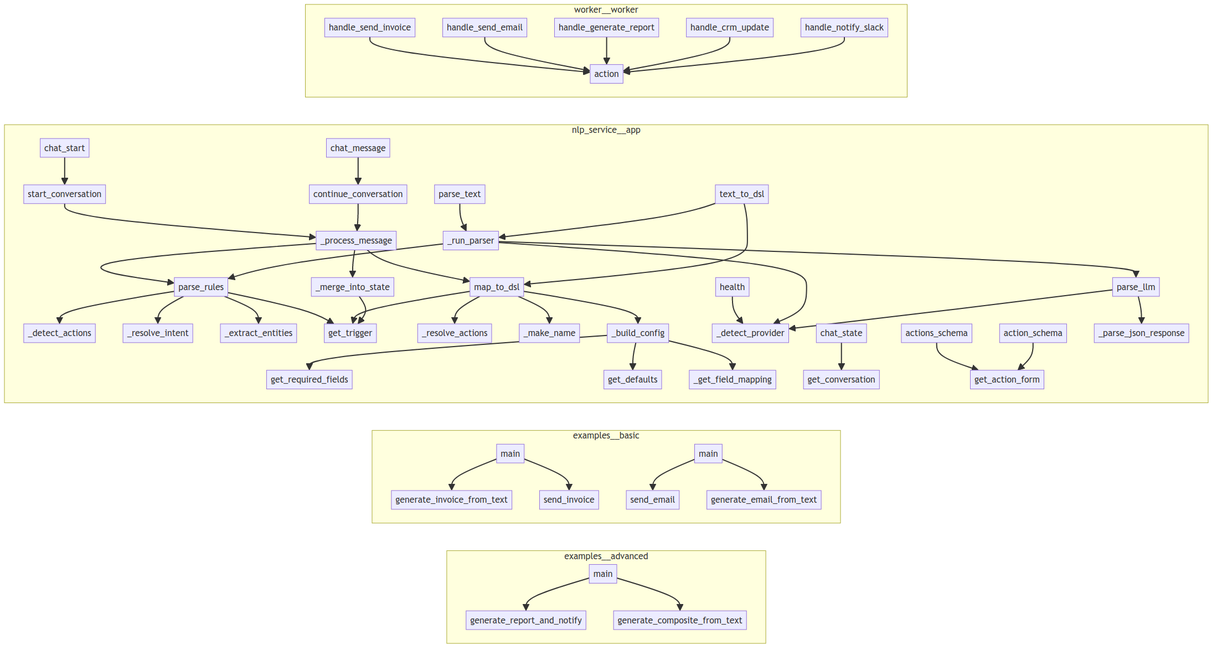
The Mermaid diagram project/calls.png in wronai/nlp2dsl, before a commit. Its source is kept beside it as project/calls.mmd. Its diagram source:
```mermaid
flowchart LR
    subgraph examples__advanced
        examples__advanced__report_and_notify__main__main["main"]
        examples__advanced__report_and_notify__main__generate_report_and_notify["generate_report_and_notify"]
        examples__advanced__report_and_notify__main__generate_composite_from_text["generate_composite_from_text"]
    end
    subgraph examples__basic
        examples__basic__invoice__main__main["main"]
        examples__basic__email__main__main["main"]
        examples__basic__email__main__send_email["send_email"]
        examples__basic__invoice__main__send_invoice["send_invoice"]
        examples__basic__invoice__main__generate_invoice_from_text["generate_invoice_from_text"]
        examples__basic__email__main__generate_email_from_text["generate_email_from_text"]
    end
    subgraph nlp_service__app
        nlp_service__app__orchestrator___process_message["_process_message"]
        nlp_service__app__main__actions_schema["actions_schema"]
        nlp_service__app__mapper___resolve_actions["_resolve_actions"]
        nlp_service__app__main__parse_text["parse_text"]
        nlp_service__app__orchestrator__get_conversation["get_conversation"]
        nlp_service__app__main__chat_start["chat_start"]
        nlp_service__app__mapper___get_field_mapping["_get_field_mapping"]
        nlp_service__app__parser_llm__parse_llm["parse_llm"]
        nlp_service__app__parser_llm___detect_provider["_detect_provider"]
        nlp_service__app__parser_rules__parse_rules["parse_rules"]
        nlp_service__app__registry__get_trigger["get_trigger"]
        nlp_service__app__mapper___build_config["_build_config"]
        nlp_service__app__main___run_parser["_run_parser"]
        nlp_service__app__parser_rules___resolve_intent["_resolve_intent"]
        nlp_service__app__orchestrator__continue_conversation["continue_conversation"]
        nlp_service__app__registry__get_required_fields["get_required_fields"]
        nlp_service__app__main__chat_state["chat_state"]
        nlp_service__app__mapper__map_to_dsl["map_to_dsl"]
        nlp_service__app__orchestrator__get_action_form["get_action_form"]
        nlp_service__app__main__text_to_dsl["text_to_dsl"]
        nlp_service__app__parser_llm___parse_json_response["_parse_json_response"]
        nlp_service__app__main__chat_message["chat_message"]
        nlp_service__app__parser_rules___detect_actions["_detect_actions"]
        nlp_service__app__parser_rules___extract_entities["_extract_entities"]
        nlp_service__app__registry__get_defaults["get_defaults"]
        nlp_service__app__main__action_schema["action_schema"]
        nlp_service__app__mapper___make_name["_make_name"]
        nlp_service__app__orchestrator__start_conversation["start_conversation"]
        nlp_service__app__orchestrator___merge_into_state["_merge_into_state"]
        nlp_service__app__main__health["health"]
    end
    subgraph worker__worker
        worker__worker__handle_send_email["handle_send_email"]
        worker__worker__handle_crm_update["handle_crm_update"]
        worker__worker__handle_notify_slack["handle_notify_slack"]
        worker__worker__action["action"]
        worker__worker__handle_send_invoice["handle_send_invoice"]
        worker__worker__handle_generate_report["handle_generate_report"]
    end
    examples__advanced__report_and_notify__main__main --> examples__advanced__report_and_notify__main__generate_report_and_notify
    examples__advanced__report_and_notify__main__main --> examples__advanced__report_and_notify__main__generate_composite_from_text
    examples__basic__invoice__main__main --> examples__basic__invoice__main__generate_invoice_from_text
    examples__basic__invoice__main__main --> examples__basic__invoice__main__send_invoice
    examples__basic__email__main__main --> examples__basic__email__main__send_email
    examples__basic__email__main__main --> examples__basic__email__main__generate_email_from_text
    nlp_service__app__parser_rules__parse_rules --> nlp_service__app__parser_rules___detect_actions
    nlp_service__app__parser_rules__parse_rules --> nlp_service__app__parser_rules___resolve_intent
    nlp_service__app__parser_rules__parse_rules --> nlp_service__app__parser_rules___extract_entities
    nlp_service__app__parser_rules__parse_rules --> nlp_service__app__registry__get_trigger
    nlp_service__app__mapper__map_to_dsl --> nlp_service__app__mapper___resolve_actions
    nlp_service__app__mapper__map_to_dsl --> nlp_service__app__mapper___make_name
    nlp_service__app__mapper__map_to_dsl --> nlp_service__app__mapper___build_config
    nlp_service__app__mapper__map_to_dsl --> nlp_service__app__registry__get_trigger
    nlp_service__app__mapper___build_config --> nlp_service__app__registry__get_required_fields
    nlp_service__app__mapper___build_config --> nlp_service__app__registry__get_defaults
    nlp_service__app__mapper___build_config --> nlp_service__app__mapper___get_field_mapping
    nlp_service__app__orchestrator__start_conversation --> nlp_service__app__orchestrator___process_message
    nlp_service__app__orchestrator__continue_conversation --> nlp_service__app__orchestrator___process_message
    nlp_service__app__orchestrator___process_message --> nlp_service__app__parser_rules__parse_rules
    nlp_service__app__orchestrator___process_message --> nlp_service__app__orchestrator___merge_into_state
    nlp_service__app__orchestrator___process_message --> nlp_service__app__mapper__map_to_dsl
    nlp_service__app__orchestrator___merge_into_state --> nlp_service__app__registry__get_trigger
    nlp_service__app__main__parse_text --> nlp_service__app__main___run_parser
    nlp_service__app__main__text_to_dsl --> nlp_service__app__mapper__map_to_dsl
    nlp_service__app__main__text_to_dsl --> nlp_service__app__main___run_parser
    nlp_service__app__main__health --> nlp_service__app__parser_llm___detect_provider
    nlp_service__app__main__chat_start --> nlp_service__app__orchestrator__start_conversation
    nlp_service__app__main__chat_message --> nlp_service__app__orchestrator__continue_conversation
    nlp_service__app__main__chat_state --> nlp_service__app__orchestrator__get_conversation
    nlp_service__app__main__actions_schema --> nlp_service__app__orchestrator__get_action_form
    nlp_service__app__main__action_schema --> nlp_service__app__orchestrator__get_action_form
    nlp_service__app__main___run_parser --> nlp_service__app__parser_rules__parse_rules
    nlp_service__app__main___run_parser --> nlp_service__app__parser_llm___detect_provider
    nlp_service__app__main___run_parser --> nlp_service__app__parser_llm__parse_llm
    worker__worker__handle_send_invoice --> worker__worker__action
    worker__worker__handle_send_email --> worker__worker__action
    worker__worker__handle_generate_report --> worker__worker__action
    worker__worker__handle_crm_update --> worker__worker__action
    worker__worker__handle_notify_slack --> worker__worker__action
    nlp_service__app__parser_llm__parse_llm --> nlp_service__app__parser_llm___detect_provider
    nlp_service__app__parser_llm__parse_llm --> nlp_service__app__parser_llm___parse_json_response
```
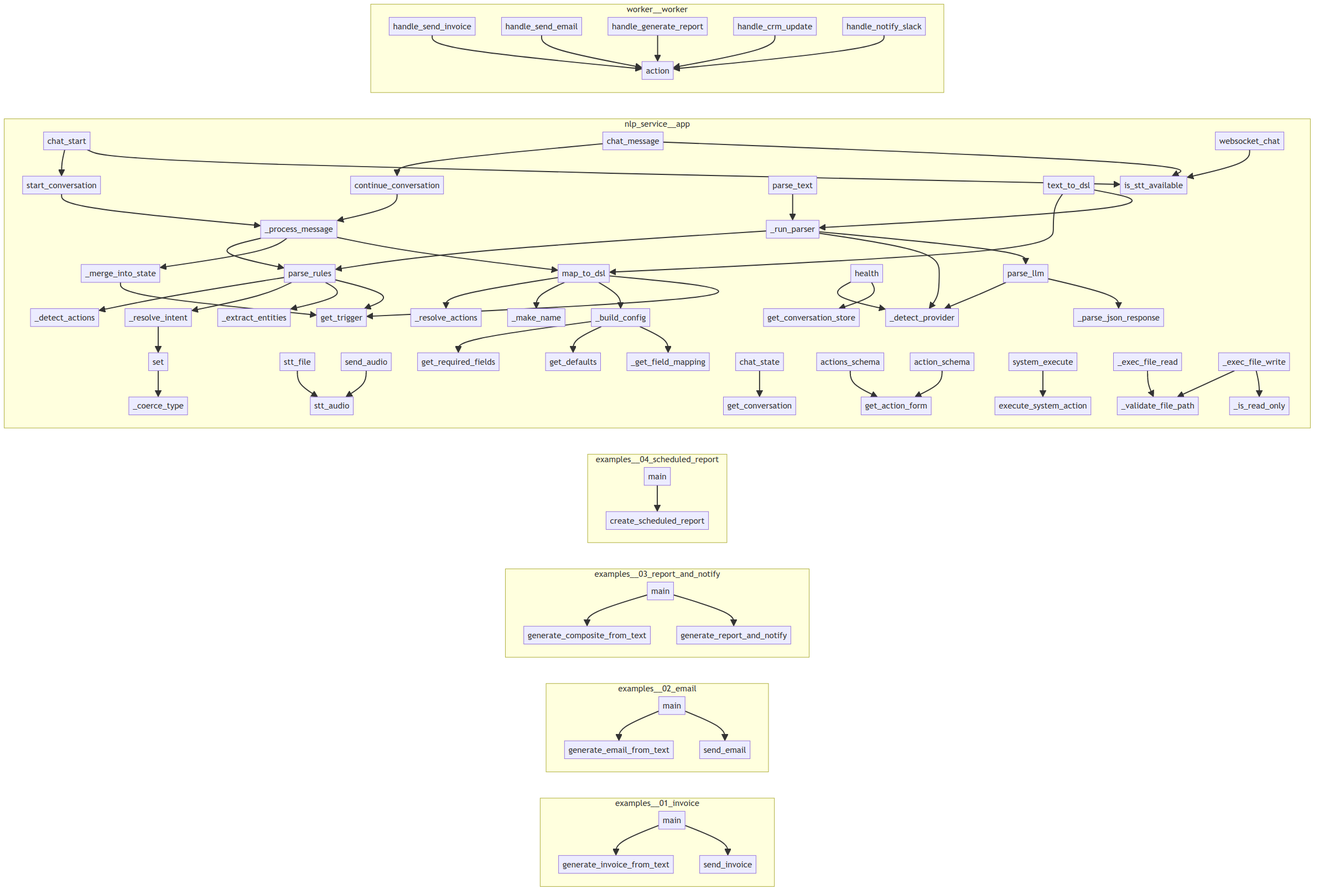
Later version of the same file.

Diff of the diagram source:
```diff
@@ -1,67 +1,91 @@
 flowchart LR
-    subgraph examples__advanced
-        examples__advanced__report_and_notify__main__main["main"]
-        examples__advanced__report_and_notify__main__generate_report_and_notify["generate_report_and_notify"]
-        examples__advanced__report_and_notify__main__generate_composite_from_text["generate_composite_from_text"]
+    subgraph examples__01_invoice
+        examples__01_invoice__main__main["main"]
+        examples__01_invoice__main__send_invoice["send_invoice"]
+        examples__01_invoice__main__generate_invoice_from_text["generate_invoice_from_text"]
     end
-    subgraph examples__basic
-        examples__basic__invoice__main__main["main"]
-        examples__basic__email__main__main["main"]
-        examples__basic__email__main__send_email["send_email"]
-        examples__basic__invoice__main__send_invoice["send_invoice"]
-        examples__basic__invoice__main__generate_invoice_from_text["generate_invoice_from_text"]
-        examples__basic__email__main__generate_email_from_text["generate_email_from_text"]
+    subgraph examples__02_email
+        examples__02_email__main__generate_email_from_text["generate_email_from_text"]
+        examples__02_email__main__send_email["send_email"]
+        examples__02_email__main__main["main"]
+    end
+    subgraph examples__03_report_and_notify
+        examples__03_report_and_notify__main__generate_composite_from_text["generate_composite_from_text"]
+        examples__03_report_and_notify__main__generate_report_and_notify["generate_report_and_notify"]
+        examples__03_report_and_notify__main__main["main"]
+    end
+    subgraph examples__04_scheduled_report
+        examples__04_scheduled_report__main__main["main"]
+        examples__04_scheduled_report__main__create_scheduled_report["create_scheduled_report"]
     end
     subgraph nlp_service__app
+        nlp_service__app__settings__SettingsManager__set["set"]
+        nlp_service__app__system_executor___exec_file_read["_exec_file_read"]
+        nlp_service__app__registry__get_required_fields["get_required_fields"]
+        nlp_service__app__system_executor___is_read_only["_is_read_only"]
+        nlp_service__app__orchestrator__continue_conversation["continue_conversation"]
+        nlp_service__app__mapper___build_config["_build_config"]
+        nlp_service__app__orchestrator___merge_into_state["_merge_into_state"]
+        nlp_service__app__store__factory__get_conversation_store["get_conversation_store"]
+        nlp_service__app__parser_llm__parse_llm["parse_llm"]
+        nlp_service__app__system_executor___validate_file_path["_validate_file_path"]
+        nlp_service__app__main__chat_start["chat_start"]
+        nlp_service__app__audio_parser__StreamingSTT__send_audio["send_audio"]
+        nlp_service__app__parser_rules__parse_rules["parse_rules"]
+        nlp_service__app__audio_parser__stt_file["stt_file"]
+        nlp_service__app__mapper___make_name["_make_name"]
+        nlp_service__app__settings___coerce_type["_coerce_type"]
+        nlp_service__app__main__action_schema["action_schema"]
+        nlp_service__app__main__health["health"]
+        nlp_service__app__parser_rules___detect_actions["_detect_actions"]
         nlp_service__app__orchestrator___process_message["_process_message"]
+        nlp_service__app__mapper__map_to_dsl["map_to_dsl"]
+        nlp_service__app__mapper___get_field_mapping["_get_field_mapping"]
+        nlp_service__app__parser_rules___extract_entities["_extract_entities"]
+        nlp_service__app__orchestrator__start_conversation["start_conversation"]
+        nlp_service__app__main___run_parser["_run_parser"]
+        nlp_service__app__audio_parser__stt_audio["stt_audio"]
+        nlp_service__app__audio_parser__is_stt_available["is_stt_available"]
+        nlp_service__app__main__text_to_dsl["text_to_dsl"]
+        nlp_service__app__main__chat_message["chat_message"]
         nlp_service__app__main__actions_schema["actions_schema"]
+        nlp_service__app__main__system_execute["system_execute"]
+        nlp_service__app__parser_llm___parse_json_response["_parse_json_response"]
+        nlp_service__app__orchestrator__get_conversation["get_conversation"]
         nlp_service__app__mapper___resolve_actions["_resolve_actions"]
+        nlp_service__app__parser_llm___detect_provider["_detect_provider"]
+        nlp_service__app__main__websocket_chat["websocket_chat"]
+        nlp_service__app__system_executor___exec_file_write["_exec_file_write"]
         nlp_service__app__main__parse_text["parse_text"]
-        nlp_service__app__orchestrator__get_conversation["get_conversation"]
-        nlp_service__app__main__chat_start["chat_start"]
-        nlp_service__app__mapper___get_field_mapping["_get_field_mapping"]
-        nlp_service__app__parser_llm__parse_llm["parse_llm"]
-        nlp_service__app__parser_llm___detect_provider["_detect_provider"]
-        nlp_service__app__parser_rules__parse_rules["parse_rules"]
         nlp_service__app__registry__get_trigger["get_trigger"]
-        nlp_service__app__mapper___build_config["_build_config"]
-        nlp_service__app__main___run_parser["_run_parser"]
+        nlp_service__app__system_executor__execute_system_action["execute_system_action"]
+        nlp_service__app__registry__get_defaults["get_defaults"]
+        nlp_service__app__orchestrator__get_action_form["get_action_form"]
         nlp_service__app__parser_rules___resolve_intent["_resolve_intent"]
-        nlp_service__app__orchestrator__continue_conversation["continue_conversation"]
-        nlp_service__app__registry__get_required_fields["get_required_fields"]
         nlp_service__app__main__chat_state["chat_state"]
-        nlp_service__app__mapper__map_to_dsl["map_to_dsl"]
-        nlp_service__app__orchestrator__get_action_form["get_action_form"]
-        nlp_service__app__main__text_to_dsl["text_to_dsl"]
-        nlp_service__app__parser_llm___parse_json_response["_parse_json_response"]
-        nlp_service__app__main__chat_message["chat_message"]
-        nlp_service__app__parser_rules___detect_actions["_detect_actions"]
-        nlp_service__app__parser_rules___extract_entities["_extract_entities"]
-        nlp_service__app__registry__get_defaults["get_defaults"]
-        nlp_service__app__main__action_schema["action_schema"]
-        nlp_service__app__mapper___make_name["_make_name"]
-        nlp_service__app__orchestrator__start_conversation["start_conversation"]
-        nlp_service__app__orchestrator___merge_into_state["_merge_into_state"]
-        nlp_service__app__main__health["health"]
     end
     subgraph worker__worker
-        worker__worker__handle_send_email["handle_send_email"]
-        worker__worker__handle_crm_update["handle_crm_update"]
-        worker__worker__handle_notify_slack["handle_notify_slack"]
         worker__worker__action["action"]
         worker__worker__handle_send_invoice["handle_send_invoice"]
+        worker__worker__handle_notify_slack["handle_notify_slack"]
+        worker__worker__handle_crm_update["handle_crm_update"]
+        worker__worker__handle_send_email["handle_send_email"]
         worker__worker__handle_generate_report["handle_generate_report"]
     end
-    examples__advanced__report_and_notify__main__main --> examples__advanced__report_and_notify__main__generate_report_and_notify
-    examples__advanced__report_and_notify__main__main --> examples__advanced__report_and_notify__main__generate_composite_from_text
-    examples__basic__invoice__main__main --> examples__basic__invoice__main__generate_invoice_from_text
-    examples__basic__invoice__main__main --> examples__basic__invoice__main__send_invoice
-    examples__basic__email__main__main --> examples__basic__email__main__send_email
-    examples__basic__email__main__main --> examples__basic__email__main__generate_email_from_text
+    examples__01_invoice__main__main --> examples__01_invoice__main__generate_invoice_from_text
+    examples__01_invoice__main__main --> examples__01_invoice__main__send_invoice
+    examples__04_scheduled_report__main__main --> examples__04_scheduled_report__main__create_scheduled_report
+    examples__02_email__main__main --> examples__02_email__main__send_email
+    examples__02_email__main__main --> examples__02_email__main__generate_email_from_text
+    examples__03_report_and_notify__main__main --> examples__03_report_and_notify__main__generate_report_and_notify
+    examples__03_report_and_notify__main__main --> examples__03_report_and_notify__main__generate_composite_from_text
+    nlp_service__app__audio_parser__stt_file --> nlp_service__app__audio_parser__stt_audio
+    nlp_service__app__audio_parser__StreamingSTT__send_audio --> nlp_service__app__audio_parser__stt_audio
     nlp_service__app__parser_rules__parse_rules --> nlp_service__app__parser_rules___detect_actions
     nlp_service__app__parser_rules__parse_rules --> nlp_service__app__parser_rules___resolve_intent
     nlp_service__app__parser_rules__parse_rules --> nlp_service__app__parser_rules___extract_entities
     nlp_service__app__parser_rules__parse_rules --> nlp_service__app__registry__get_trigger
+    nlp_service__app__parser_rules___resolve_intent --> nlp_service__app__settings__SettingsManager__set
     nlp_service__app__mapper__map_to_dsl --> nlp_service__app__mapper___resolve_actions
     nlp_service__app__mapper__map_to_dsl --> nlp_service__app__mapper___make_name
     nlp_service__app__mapper__map_to_dsl --> nlp_service__app__mapper___build_config
@@ -79,18 +103,27 @@
     nlp_service__app__main__text_to_dsl --> nlp_service__app__mapper__map_to_dsl
     nlp_service__app__main__text_to_dsl --> nlp_service__app__main___run_parser
     nlp_service__app__main__health --> nlp_service__app__parser_llm___detect_provider
+    nlp_service__app__main__health --> nlp_service__app__store__factory__get_conversation_store
     nlp_service__app__main__chat_start --> nlp_service__app__orchestrator__start_conversation
+    nlp_service__app__main__chat_start --> nlp_service__app__audio_parser__is_stt_available
     nlp_service__app__main__chat_message --> nlp_service__app__orchestrator__continue_conversation
+    nlp_service__app__main__chat_message --> nlp_service__app__audio_parser__is_stt_available
     nlp_service__app__main__chat_state --> nlp_service__app__orchestrator__get_conversation
     nlp_service__app__main__actions_schema --> nlp_service__app__orchestrator__get_action_form
     nlp_service__app__main__action_schema --> nlp_service__app__orchestrator__get_action_form
+    nlp_service__app__main__system_execute --> nlp_service__app__system_executor__execute_system_action
     nlp_service__app__main___run_parser --> nlp_service__app__parser_rules__parse_rules
     nlp_service__app__main___run_parser --> nlp_service__app__parser_llm___detect_provider
     nlp_service__app__main___run_parser --> nlp_service__app__parser_llm__parse_llm
+    nlp_service__app__main__websocket_chat --> nlp_service__app__audio_parser__is_stt_available
+    nlp_service__app__system_executor___exec_file_read --> nlp_service__app__system_executor___validate_file_path
+    nlp_service__app__system_executor___exec_file_write --> nlp_service__app__system_executor___validate_file_path
+    nlp_service__app__system_executor___exec_file_write --> nlp_service__app__system_executor___is_read_only
     worker__worker__handle_send_invoice --> worker__worker__action
     worker__worker__handle_send_email --> worker__worker__action
     worker__worker__handle_generate_report --> worker__worker__action
     worker__worker__handle_crm_update --> worker__worker__action
     worker__worker__handle_notify_slack --> worker__worker__action
+    nlp_service__app__settings__SettingsManager__set --> nlp_service__app__settings___coerce_type
     nlp_service__app__parser_llm__parse_llm --> nlp_service__app__parser_llm___detect_provider
     nlp_service__app__parser_llm__parse_llm --> nlp_service__app__parser_llm___parse_json_response
```
